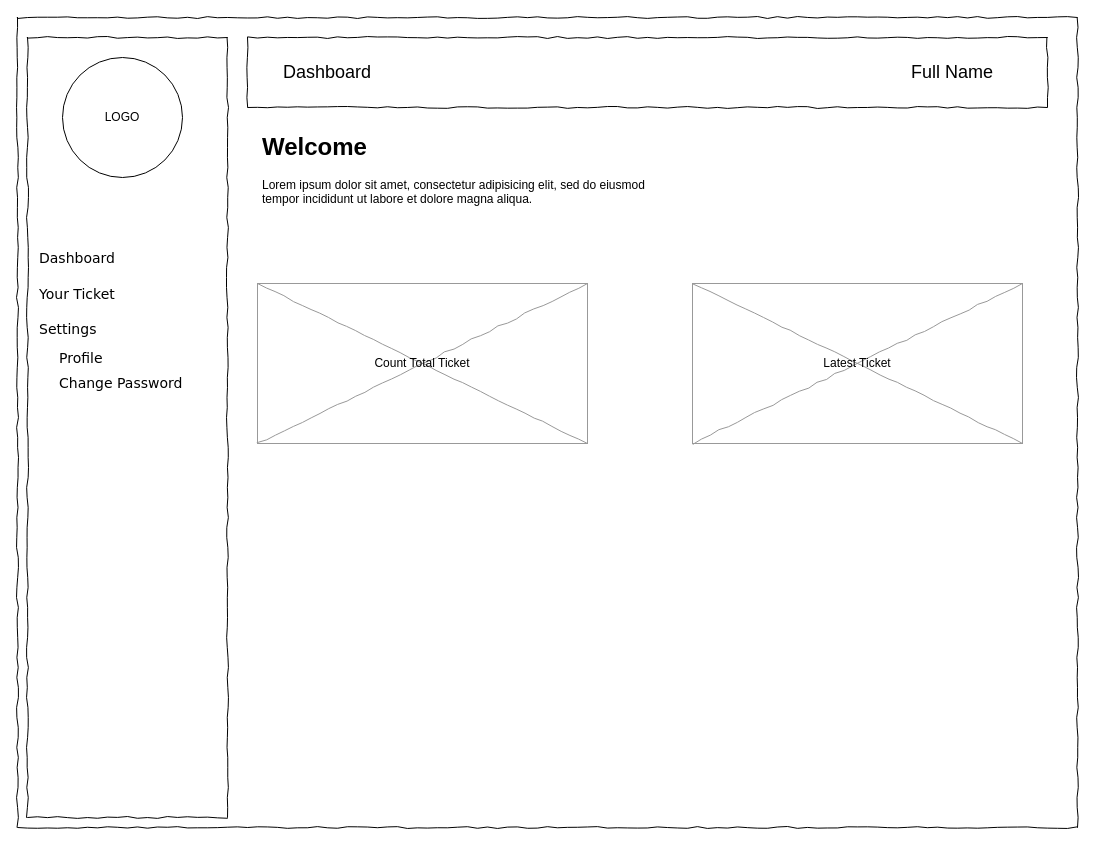
Earlier version of the draw.io diagram wireframe-dasboard.drawio (raflialkindhi/graph-save). Source tidied: cells renumbered, new cells numbered last; positions are measured from the earlier drawing's top-left corner, leaving out a move shared by most shapes. Both pictures are drawn from the tidied source at 100%, with x=0, y=0 at pixel (17, 17).
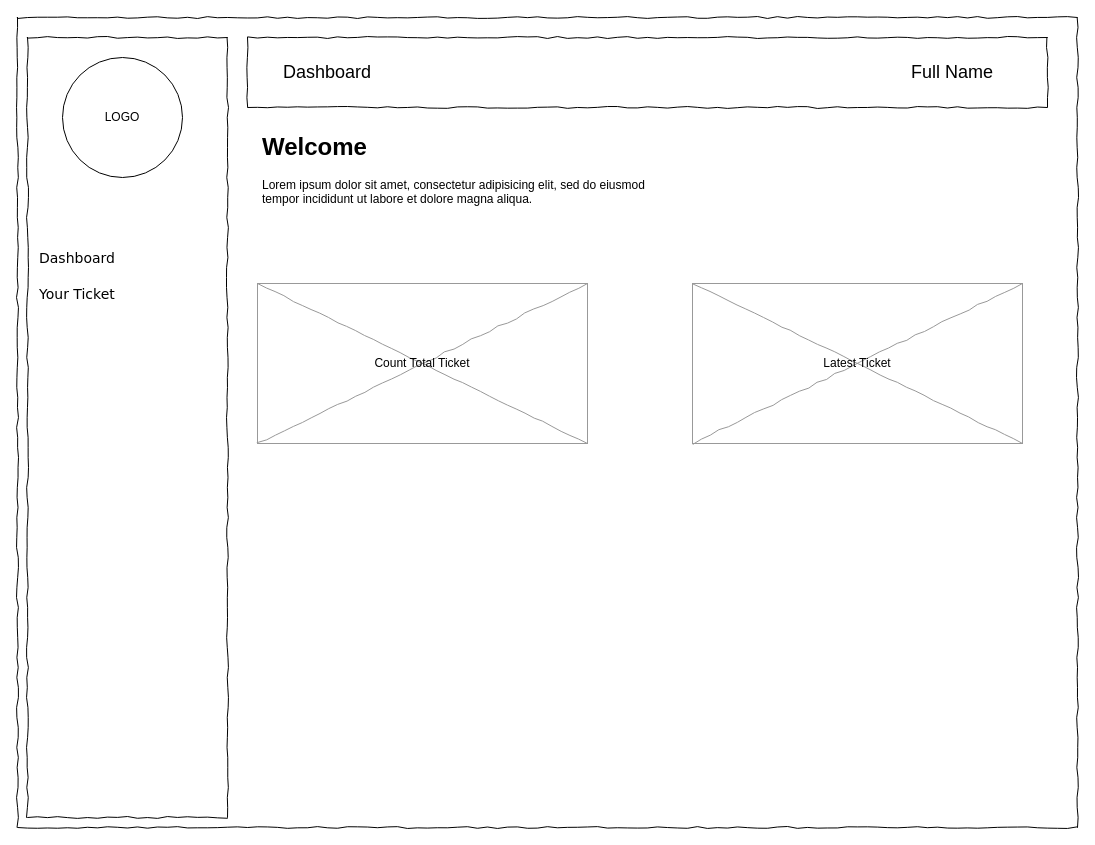
Above is the later version.

Diff of the diagram source:
```diff
@@
 <mxGraphModel>
   <root>
     <mxCell id="0" />
     <mxCell id="1" parent="0" />
     <mxCell id="2" style="whiteSpace=wrap;html=1;rounded=0;shadow=0;labelBackgroundColor=none;strokeColor=#000000;strokeWidth=1;fillColor=none;fontFamily=Verdana;fontSize=12;fontColor=#000000;align=center;comic=1;" parent="1" vertex="1">
       <mxGeometry width="1060" height="810" as="geometry" />
     </mxCell>
     <mxCell id="3" style="whiteSpace=wrap;html=1;rounded=0;shadow=0;labelBackgroundColor=none;strokeWidth=1;fillColor=none;fontFamily=Verdana;fontSize=12;align=center;comic=1;" parent="1" vertex="1">
       <mxGeometry x="10" y="20" width="200" height="780" as="geometry" />
     </mxCell>
     <mxCell id="4" style="verticalLabelPosition=bottom;shadow=0;dashed=0;align=center;html=1;verticalAlign=top;strokeWidth=1;shape=mxgraph.mockup.graphics.simpleIcon;strokeColor=#999999;rounded=0;labelBackgroundColor=none;fontFamily=Verdana;fontSize=14;fontColor=#000000;comic=1;" parent="1" vertex="1">
       <mxGeometry x="240" y="266" width="330" height="160" as="geometry" />
     </mxCell>
     <mxCell id="5" value="Dashboard" style="text;html=1;align=left;verticalAlign=top;spacingTop=-4;fontSize=14;fontFamily=Verdana;" parent="1" vertex="1">
       <mxGeometry x="20" y="230" width="170" height="20" as="geometry" />
     </mxCell>
     <mxCell id="6" value="Your Ticket" style="text;html=1;align=left;verticalAlign=top;spacingTop=-4;fontSize=14;fontFamily=Verdana;" parent="1" vertex="1">
       <mxGeometry x="20" y="266" width="170" height="20" as="geometry" />
     </mxCell>
-    <mxCell id="7" value="Settings" style="text;html=1;align=left;verticalAlign=top;spacingTop=-4;fontSize=14;fontFamily=Verdana;" parent="1" vertex="1">
-      <mxGeometry x="20" y="301" width="170" height="20" as="geometry" />
-    </mxCell>
     <mxCell id="8" value="LOGO" style="ellipse;whiteSpace=wrap;html=1;" parent="1" vertex="1">
       <mxGeometry x="45" y="40" width="120" height="120" as="geometry" />
     </mxCell>
-    <mxCell id="9" value="Profile" style="text;html=1;align=left;verticalAlign=top;spacingTop=-4;fontSize=14;fontFamily=Verdana;" parent="1" vertex="1">
-      <mxGeometry x="40" y="330" width="170" height="20" as="geometry" />
-    </mxCell>
-    <mxCell id="10" value="Change Password" style="text;html=1;align=left;verticalAlign=top;spacingTop=-4;fontSize=14;fontFamily=Verdana;" parent="1" vertex="1">
-      <mxGeometry x="40" y="355" width="170" height="20" as="geometry" />
-    </mxCell>
     <mxCell id="11" style="verticalLabelPosition=bottom;shadow=0;dashed=0;align=center;html=1;verticalAlign=top;strokeWidth=1;shape=mxgraph.mockup.graphics.simpleIcon;strokeColor=#999999;rounded=0;labelBackgroundColor=none;fontFamily=Verdana;fontSize=14;fontColor=#000000;comic=1;" parent="1" vertex="1">
       <mxGeometry x="675" y="266" width="330" height="160" as="geometry" />
     </mxCell>
     <mxCell id="12" style="whiteSpace=wrap;html=1;rounded=0;shadow=0;labelBackgroundColor=none;strokeWidth=1;fillColor=none;fontFamily=Verdana;fontSize=12;align=center;comic=1;" parent="1" vertex="1">
       <mxGeometry x="230" y="20" width="800" height="70" as="geometry" />
     </mxCell>
     <mxCell id="13" value="&lt;font style=&quot;font-size: 18px;&quot;&gt;Dashboard&lt;/font&gt;" style="text;html=1;strokeColor=none;fillColor=none;align=center;verticalAlign=middle;whiteSpace=wrap;rounded=0;" parent="1" vertex="1">
       <mxGeometry x="240" y="40" width="140" height="30" as="geometry" />
     </mxCell>
     <mxCell id="14" value="&lt;font style=&quot;font-size: 18px;&quot;&gt;Full Name&lt;br&gt;&lt;/font&gt;" style="text;html=1;strokeColor=none;fillColor=none;align=center;verticalAlign=middle;whiteSpace=wrap;rounded=0;" parent="1" vertex="1">
       <mxGeometry x="865" y="40" width="140" height="30" as="geometry" />
     </mxCell>
     <mxCell id="15" value="&lt;h1&gt;Welcome&lt;/h1&gt;&lt;p&gt;Lorem ipsum dolor sit amet, consectetur adipisicing elit, sed do eiusmod tempor incididunt ut labore et dolore magna aliqua.&lt;/p&gt;" style="text;html=1;strokeColor=none;fillColor=none;spacing=5;spacingTop=-20;whiteSpace=wrap;overflow=hidden;rounded=0;" parent="1" vertex="1">
       <mxGeometry x="240" y="110" width="410" height="120" as="geometry" />
     </mxCell>
     <mxCell id="16" value="Count Total Ticket" style="text;html=1;strokeColor=none;fillColor=none;align=center;verticalAlign=middle;whiteSpace=wrap;rounded=0;" parent="1" vertex="1">
       <mxGeometry x="345" y="331" width="120" height="30" as="geometry" />
     </mxCell>
     <mxCell id="17" value="Latest Ticket" style="text;html=1;strokeColor=none;fillColor=none;align=center;verticalAlign=middle;whiteSpace=wrap;rounded=0;" parent="1" vertex="1">
       <mxGeometry x="780" y="331" width="120" height="30" as="geometry" />
     </mxCell>
   </root>
 </mxGraphModel>
```
